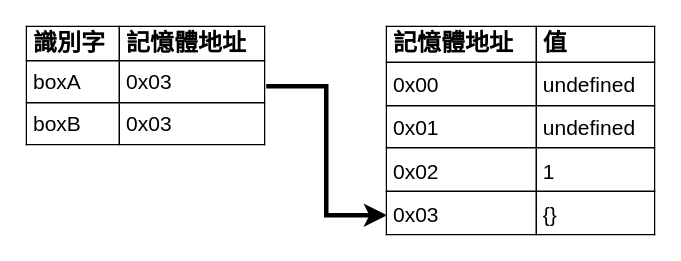
The draw.io diagram source/_drafts/iron-2020-new/draw/2-3-declare-2-4.drawio in shawnlin0201/shawnlin0201.github.io, before the edit. Source tidied: cells renumbered, new cells numbered last; positions are measured from the earlier drawing's top-left corner, leaving out a move shared by most shapes. Both pictures are drawn from the tidied source at 150%, with x=0, y=0 at pixel (26, 26).
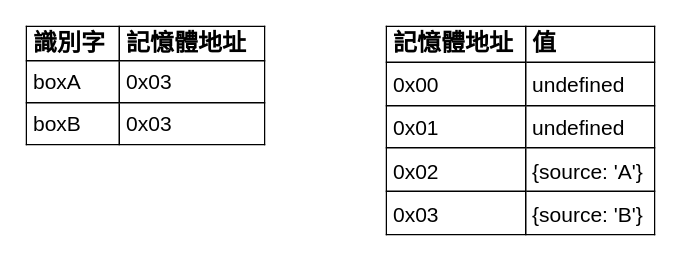
Above is the later version.

What changed in the source:
```diff
@@
 <mxGraphModel>
   <root>
     <mxCell id="0" />
     <mxCell id="1" parent="0" />
-    <mxCell id="2" style="edgeStyle=orthogonalEdgeStyle;rounded=0;jettySize=auto;html=1;exitX=1;exitY=0.5;exitDx=0;exitDy=0;entryX=0.003;entryY=0.9;entryDx=0;entryDy=0;strokeWidth=3;entryPerimeter=0;" parent="1" edge="1" source="3" target="4">
-      <mxGeometry relative="1" as="geometry" />
-    </mxCell>
     <mxCell id="3" value="&lt;table cellpadding=&quot;4&quot; cellspacing=&quot;0&quot; style=&quot;width: 100% ; height: 100% ; border: 1px solid rgb(0 , 0 , 0) ; border-collapse: collapse ; font-size: 14px ; background-color: rgb(255 , 255 , 255)&quot; border=&quot;1&quot;&gt;&lt;tbody&gt;&lt;tr style=&quot;line-height: 90%&quot;&gt;&lt;th&gt;&lt;font style=&quot;font-size: 16px&quot; color=&quot;#000000&quot;&gt;識別字&lt;/font&gt;&lt;/th&gt;&lt;th&gt;&lt;font style=&quot;font-size: 16px&quot; color=&quot;#000000&quot;&gt;記憶體地址&lt;/font&gt;&lt;/th&gt;&lt;/tr&gt;&lt;tr&gt;&lt;td&gt;&lt;font style=&quot;font-size: 14px&quot; color=&quot;#000000&quot;&gt;boxA&lt;/font&gt;&lt;/td&gt;&lt;td&gt;&lt;font style=&quot;font-size: 14px&quot; color=&quot;#000000&quot;&gt;0x03&lt;/font&gt;&lt;/td&gt;&lt;/tr&gt;&lt;tr&gt;&lt;td&gt;&lt;font color=&quot;#000000&quot; style=&quot;font-size: 14px&quot;&gt;&lt;span&gt;boxB&lt;/span&gt;&lt;br&gt;&lt;/font&gt;&lt;/td&gt;&lt;td&gt;&lt;font color=&quot;#000000&quot; style=&quot;font-size: 14px&quot;&gt;0x03&lt;/font&gt;&lt;/td&gt;&lt;/tr&gt;&lt;/tbody&gt;&lt;/table&gt; " style="verticalAlign=top;align=left;overflow=fill;fontSize=15;fontFamily=正黑體;html=1;strokeWidth=3;strokeColor=none;fillColor=none;" parent="1" vertex="1">
       <mxGeometry width="160" height="80" as="geometry" />
     </mxCell>
-    <mxCell id="4" value="&lt;table cellpadding=&quot;4&quot; cellspacing=&quot;0&quot; style=&quot;width: 100% ; height: 100% ; border: 1px solid rgb(0 , 0 , 0) ; border-collapse: collapse ; background-color: rgb(255 , 255 , 255) ; font-size: 14px&quot; border=&quot;1&quot;&gt;&lt;tbody style=&quot;font-size: 16px&quot;&gt;&lt;tr style=&quot;line-height: 90%&quot;&gt;&lt;th&gt;&lt;span&gt;&lt;font style=&quot;font-size: 16px&quot;&gt;記憶體地址&lt;br&gt;&lt;/font&gt;&lt;/span&gt;&lt;/th&gt;&lt;th&gt;&lt;span&gt;&lt;font style=&quot;font-size: 16px&quot;&gt;值&lt;/font&gt;&lt;/span&gt;&lt;/th&gt;&lt;/tr&gt;&lt;tr&gt;&lt;td&gt;&lt;span&gt;&lt;font style=&quot;font-size: 14px&quot;&gt;0x00&lt;br&gt;&lt;/font&gt;&lt;/span&gt;&lt;/td&gt;&lt;td&gt;&lt;span style=&quot;font-size: 14px&quot;&gt;undefined&lt;/span&gt;&lt;/td&gt;&lt;/tr&gt;&lt;tr&gt;&lt;td&gt;&lt;font style=&quot;font-size: 14px&quot;&gt;0x01&lt;/font&gt;&lt;/td&gt;&lt;td&gt;&lt;font style=&quot;font-size: 14px&quot;&gt;undefined&lt;br&gt;&lt;/font&gt;&lt;/td&gt;&lt;/tr&gt;&lt;tr&gt;&lt;td&gt;&lt;span style=&quot;font-size: 14px&quot;&gt;0x02&lt;/span&gt;&lt;br&gt;&lt;/td&gt;&lt;td&gt;&lt;span style=&quot;font-size: 14px&quot;&gt;1&lt;/span&gt;&lt;/td&gt;&lt;/tr&gt;&lt;tr&gt;&lt;td&gt;&lt;span style=&quot;font-size: 14px&quot;&gt;0x03&lt;/span&gt;&lt;br&gt;&lt;/td&gt;&lt;td&gt;&lt;span style=&quot;font-size: 14px&quot;&gt;{}&lt;/span&gt;&lt;/td&gt;&lt;/tr&gt;&lt;/tbody&gt;&lt;/table&gt; " style="verticalAlign=top;align=left;overflow=fill;fontSize=12;fontFamily=正黑體;html=1;strokeWidth=3;fillColor=none;strokeColor=none;fontColor=#000000;" parent="1" vertex="1">
+    <mxCell id="4" value="&lt;table cellpadding=&quot;4&quot; cellspacing=&quot;0&quot; style=&quot;width: 100% ; height: 100% ; border: 1px solid rgb(0 , 0 , 0) ; border-collapse: collapse ; background-color: rgb(255 , 255 , 255) ; font-size: 14px&quot; border=&quot;1&quot;&gt;&lt;tbody style=&quot;font-size: 16px&quot;&gt;&lt;tr style=&quot;line-height: 90%&quot;&gt;&lt;th&gt;&lt;span&gt;&lt;font style=&quot;font-size: 16px&quot;&gt;記憶體地址&lt;br&gt;&lt;/font&gt;&lt;/span&gt;&lt;/th&gt;&lt;th&gt;&lt;span&gt;&lt;font style=&quot;font-size: 16px&quot;&gt;值&lt;/font&gt;&lt;/span&gt;&lt;/th&gt;&lt;/tr&gt;&lt;tr&gt;&lt;td&gt;&lt;span&gt;&lt;font style=&quot;font-size: 14px&quot;&gt;0x00&lt;br&gt;&lt;/font&gt;&lt;/span&gt;&lt;/td&gt;&lt;td&gt;&lt;span style=&quot;font-size: 14px&quot;&gt;undefined&lt;/span&gt;&lt;/td&gt;&lt;/tr&gt;&lt;tr&gt;&lt;td&gt;&lt;font style=&quot;font-size: 14px&quot;&gt;0x01&lt;/font&gt;&lt;/td&gt;&lt;td&gt;&lt;font style=&quot;font-size: 14px&quot;&gt;undefined&lt;br&gt;&lt;/font&gt;&lt;/td&gt;&lt;/tr&gt;&lt;tr&gt;&lt;td&gt;&lt;span style=&quot;font-size: 14px&quot;&gt;0x02&lt;/span&gt;&lt;br&gt;&lt;/td&gt;&lt;td&gt;&lt;span style=&quot;font-size: 14px&quot;&gt;{source: 'A'}&lt;/span&gt;&lt;br&gt;&lt;/td&gt;&lt;/tr&gt;&lt;tr&gt;&lt;td&gt;&lt;span style=&quot;font-size: 14px&quot;&gt;0x03&lt;/span&gt;&lt;br&gt;&lt;/td&gt;&lt;td&gt;&lt;span style=&quot;font-size: 14px&quot;&gt;{source: 'B'}&lt;/span&gt;&lt;br&gt;&lt;/td&gt;&lt;/tr&gt;&lt;/tbody&gt;&lt;/table&gt; " style="verticalAlign=top;align=left;overflow=fill;fontSize=12;fontFamily=正黑體;html=1;strokeWidth=3;fillColor=none;strokeColor=none;fontColor=#000000;" parent="1" vertex="1">
       <mxGeometry x="240" width="180" height="140" as="geometry" />
     </mxCell>
   </root>
 </mxGraphModel>
```
